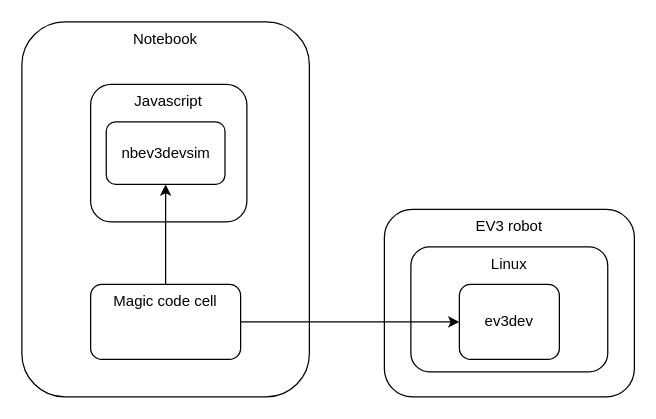
Before: content/img_src/ev3dev-codearchitecture.drawio in innovationOUtside/tm129-robotics2020, a draw.io diagram. Source tidied: cells renumbered, new cells numbered last; positions are measured from the earlier drawing's top-left corner, leaving out a move shared by most shapes. Both pictures are drawn from the tidied source at 125%, with x=0, y=0 at pixel (21, 21).
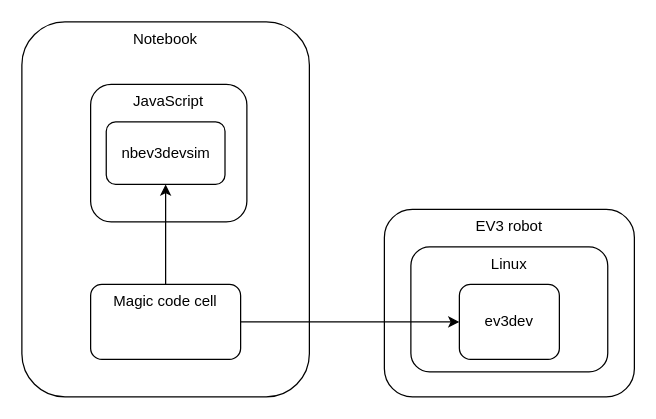
The same diagram, later.

Commit message (it also covers changes not shown here):
FLowchart nb first pass

What changed in the source:
```diff
@@
 <mxGraphModel>
   <root>
     <mxCell id="0" />
     <mxCell id="1" parent="0" />
     <mxCell id="2" value="Notebook" style="rounded=1;whiteSpace=wrap;html=1;verticalAlign=top;" parent="1" vertex="1">
       <mxGeometry width="230" height="300" as="geometry" />
     </mxCell>
     <mxCell id="3" value="Magic code cell" style="rounded=1;whiteSpace=wrap;html=1;verticalAlign=top;" parent="1" vertex="1">
       <mxGeometry x="55" y="210" width="120" height="60" as="geometry" />
     </mxCell>
-    <mxCell id="4" value="Javascript" style="rounded=1;whiteSpace=wrap;html=1;verticalAlign=top;" parent="1" vertex="1">
+    <mxCell id="4" value="JavaScript" style="rounded=1;whiteSpace=wrap;html=1;verticalAlign=top;" parent="1" vertex="1">
       <mxGeometry x="55" y="50" width="125" height="110" as="geometry" />
     </mxCell>
     <mxCell id="5" value="EV3 robot" style="rounded=1;whiteSpace=wrap;html=1;verticalAlign=top;" parent="1" vertex="1">
       <mxGeometry x="290" y="150" width="200" height="150" as="geometry" />
     </mxCell>
     <mxCell id="6" value="Linux" style="rounded=1;whiteSpace=wrap;html=1;verticalAlign=top;" parent="1" vertex="1">
       <mxGeometry x="311.2" y="180" width="157.5" height="100" as="geometry" />
     </mxCell>
     <mxCell id="7" value="nbev3devsim" style="rounded=1;whiteSpace=wrap;html=1;" parent="1" vertex="1">
       <mxGeometry x="67.5" y="80" width="95" height="50" as="geometry" />
     </mxCell>
     <mxCell id="8" style="endArrow=classic;html=1;exitX=0.5;exitY=0;exitDx=0;exitDy=0;entryX=0.5;entryY=1;entryDx=0;entryDy=0;" parent="1" edge="1" source="3" target="7">
       <mxGeometry relative="1" as="geometry" />
     </mxCell>
     <mxCell id="9" value="ev3dev" style="rounded=1;whiteSpace=wrap;html=1;" parent="1" vertex="1">
       <mxGeometry x="350" y="210" width="80" height="60" as="geometry" />
     </mxCell>
     <mxCell id="10" style="endArrow=classic;html=1;exitX=1;exitY=0.5;exitDx=0;exitDy=0;entryX=0;entryY=0.5;entryDx=0;entryDy=0;" parent="1" edge="1" source="3" target="9">
       <mxGeometry relative="1" as="geometry" />
     </mxCell>
   </root>
 </mxGraphModel>
```
